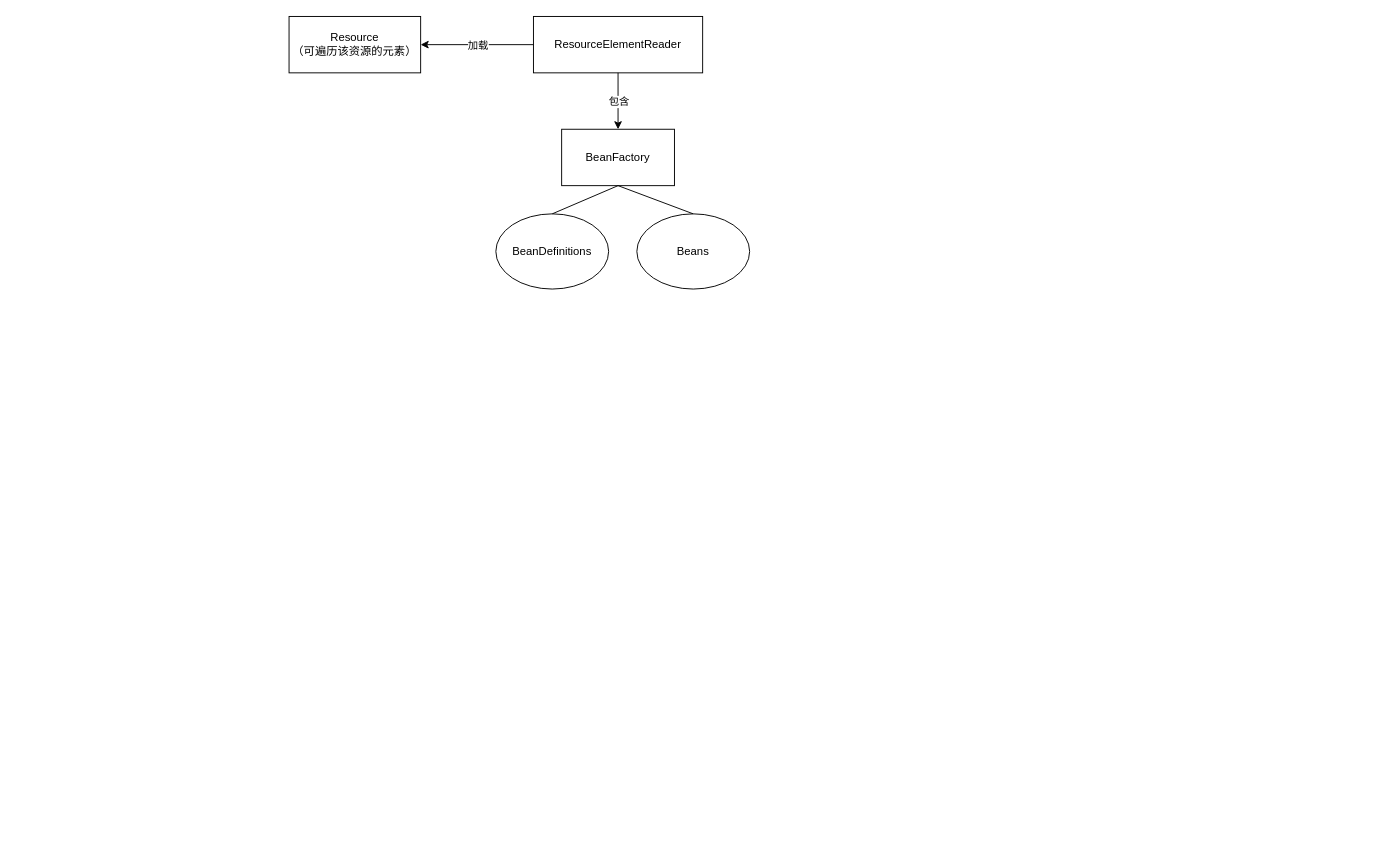
The draw.io diagram minis架构图.drawio in ddoubest/mini-spring, before the edit. Source tidied: cells renumbered, new cells numbered last; positions are measured from the earlier drawing's top-left corner, leaving out a move shared by most shapes. Both pictures are drawn from the tidied source at 94%, with x=0, y=0 at pixel (289, 16).
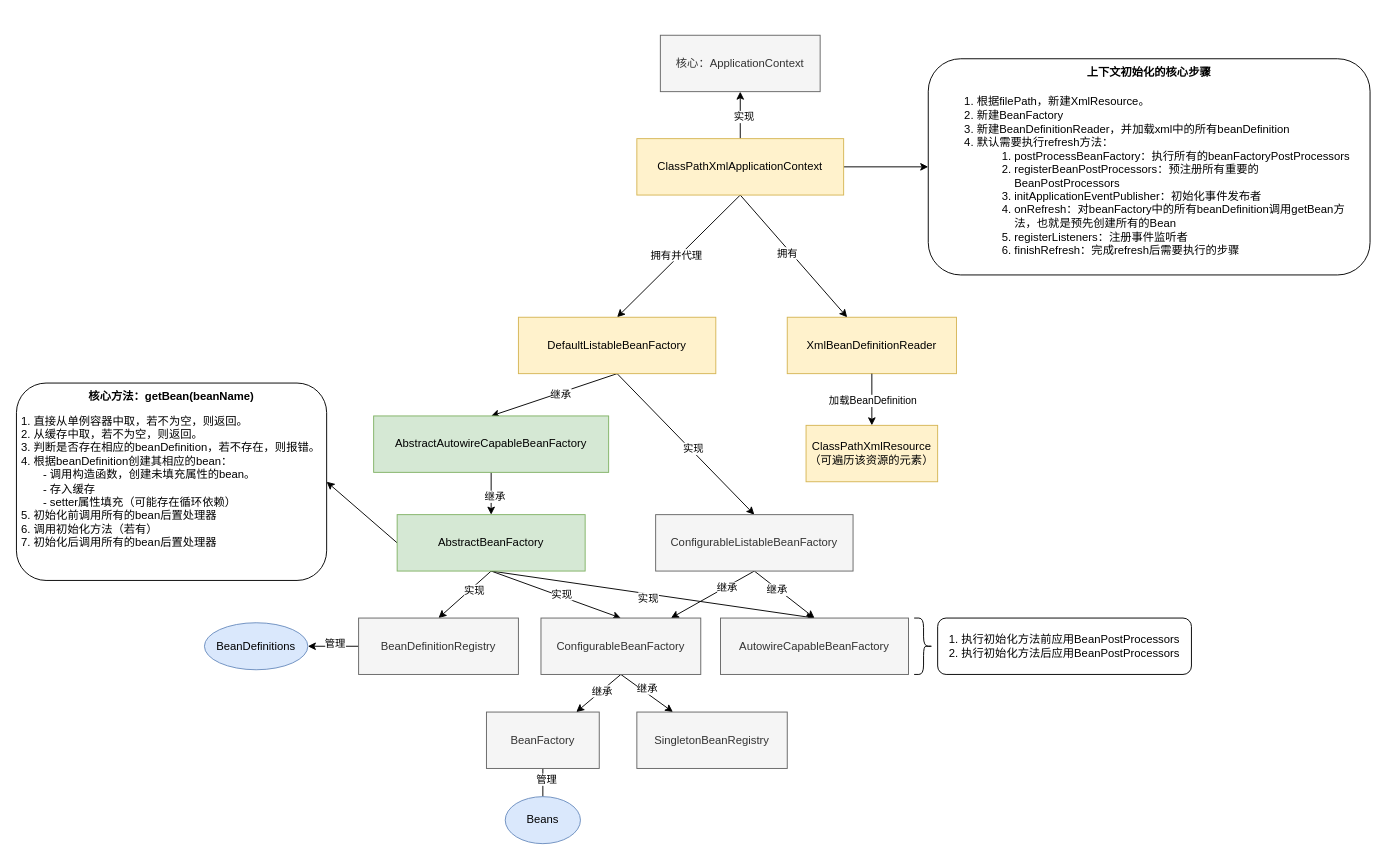
The same diagram, later.

Change to the diagram source:
```diff
@@
+    <mxCell id="13" style="rounded=0;jettySize=auto;html=1;endArrow=none;endFill=0;" parent="1" edge="1" source="2" target="10">
+      <mxGeometry relative="1" as="geometry" />
+    </mxCell>
+    <mxCell id="14" value="管理" style="edgeLabel;html=1;align=center;verticalAlign=middle;" parent="13" vertex="1">
+      <mxGeometry x="-0.25" y="3" relative="1" as="geometry" />
+    </mxCell>
-    <mxCell id="2" value="BeanFactory" style="rounded=0;whiteSpace=wrap;html=1;" parent="1" vertex="1">
-      <mxGeometry x="290" y="120" width="120" height="60" as="geometry" />
+    <mxCell id="2" value="BeanFactory" style="rounded=0;whiteSpace=wrap;html=1;fillColor=#f5f5f5;fontColor=#333333;strokeColor=#666666;" parent="1" vertex="1">
+      <mxGeometry x="210" y="740" width="120" height="60" as="geometry" />
     </mxCell>
-    <mxCell id="3" value="Resource&lt;br&gt;（可遍历该资源的元素）" style="rounded=0;whiteSpace=wrap;html=1;" parent="1" vertex="1">
-      <mxGeometry width="140" height="60" as="geometry" />
+    <mxCell id="3" value="ClassPathXmlResource&lt;br&gt;（可遍历该资源的元素）" style="rounded=0;whiteSpace=wrap;html=1;fillColor=#fff2cc;strokeColor=#d6b656;" parent="1" vertex="1">
+      <mxGeometry x="550" y="435" width="140" height="60" as="geometry" />
     </mxCell>
-    <mxCell id="4" value="ResourceElementReader" style="rounded=0;whiteSpace=wrap;html=1;" parent="1" vertex="1">
-      <mxGeometry x="260" width="180" height="60" as="geometry" />
+    <mxCell id="4" value="XmlBeanDefinitionReader" style="rounded=0;whiteSpace=wrap;html=1;fillColor=#fff2cc;strokeColor=#d6b656;" parent="1" vertex="1">
+      <mxGeometry x="530" y="320" width="180" height="60" as="geometry" />
     </mxCell>
-    <mxCell id="5" style="endArrow=classic;html=1;rounded=0;exitX=0.5;exitY=1;exitDx=0;exitDy=0;entryX=0.5;entryY=0;entryDx=0;entryDy=0;" parent="1" edge="1" source="4" target="2">
-      <mxGeometry relative="1" as="geometry" />
-    </mxCell>
-    <mxCell id="6" value="包含" style="edgeLabel;html=1;align=center;verticalAlign=middle;" parent="5" vertex="1">
-      <mxGeometry relative="1" as="geometry" />
-    </mxCell>
-    <mxCell id="7" style="endArrow=classic;html=1;rounded=0;exitX=0;exitY=0.5;exitDx=0;exitDy=0;entryX=1;entryY=0.5;entryDx=0;entryDy=0;" parent="1" edge="1" source="4" target="3">
+    <mxCell id="7" style="endArrow=classic;html=1;rounded=0;exitX=0.5;exitY=1;exitDx=0;exitDy=0;entryX=0.5;entryY=0;entryDx=0;entryDy=0;" parent="1" edge="1" source="4" target="3">
       <mxGeometry relative="1" as="geometry" />
     </mxCell>
-    <mxCell id="8" value="加载" style="edgeLabel;html=1;align=center;verticalAlign=middle;" parent="7" vertex="1">
+    <mxCell id="8" value="加载BeanDefinition" style="edgeLabel;html=1;align=center;verticalAlign=middle;" parent="7" vertex="1">
       <mxGeometry relative="1" as="geometry" />
     </mxCell>
-    <mxCell id="9" value="BeanDefinitions" style="ellipse;whiteSpace=wrap;html=1;" parent="1" vertex="1">
-      <mxGeometry x="220" y="210" width="120" height="80" as="geometry" />
+    <mxCell id="9" value="BeanDefinitions" style="ellipse;whiteSpace=wrap;html=1;fillColor=#dae8fc;strokeColor=#6c8ebf;" parent="1" vertex="1">
+      <mxGeometry x="-90" y="645" width="110" height="50" as="geometry" />
     </mxCell>
-    <mxCell id="10" value="Beans" style="ellipse;whiteSpace=wrap;html=1;" parent="1" vertex="1">
-      <mxGeometry x="370" y="210" width="120" height="80" as="geometry" />
+    <mxCell id="10" value="Beans" style="ellipse;whiteSpace=wrap;html=1;fillColor=#dae8fc;strokeColor=#6c8ebf;" parent="1" vertex="1">
+      <mxGeometry x="230" y="830" width="80" height="50" as="geometry" />
     </mxCell>
-    <mxCell id="11" style="endArrow=none;html=1;rounded=0;entryX=0.5;entryY=1;entryDx=0;entryDy=0;exitX=0.5;exitY=0;exitDx=0;exitDy=0;" parent="1" edge="1" source="9" target="2">
-      <mxGeometry relative="1" as="geometry" />
-    </mxCell>
-    <mxCell id="12" style="endArrow=none;html=1;rounded=0;entryX=0.5;entryY=1;entryDx=0;entryDy=0;exitX=0.5;exitY=0;exitDx=0;exitDy=0;" parent="1" edge="1" source="10" target="2">
-      <mxGeometry relative="1" as="geometry" />
-    </mxCell>
+    <mxCell id="15" style="edgeStyle=orthogonalEdgeStyle;rounded=0;jettySize=auto;html=1;" parent="1" edge="1" source="22" target="23">
+      <mxGeometry relative="1" as="geometry" />
+    </mxCell>
+    <mxCell id="16" value="实现" style="edgeLabel;html=1;align=center;verticalAlign=middle;" parent="15" vertex="1">
+      <mxGeometry x="-0.05" y="-3" relative="1" as="geometry" />
+    </mxCell>
+    <mxCell id="17" style="rounded=0;jettySize=auto;html=1;exitX=0.5;exitY=1;exitDx=0;exitDy=0;entryX=0.5;entryY=0;entryDx=0;entryDy=0;" parent="1" edge="1" source="22" target="28">
+      <mxGeometry relative="1" as="geometry" />
+    </mxCell>
+    <mxCell id="18" value="拥有并代理" style="edgeLabel;html=1;align=center;verticalAlign=middle;" parent="17" vertex="1">
+      <mxGeometry x="0.01" y="-3" relative="1" as="geometry" />
+    </mxCell>
+    <mxCell id="19" style="rounded=0;jettySize=auto;html=1;exitX=0.5;exitY=1;exitDx=0;exitDy=0;" parent="1" edge="1" source="22" target="4">
+      <mxGeometry relative="1" as="geometry" />
+    </mxCell>
+    <mxCell id="20" value="拥有" style="edgeLabel;html=1;align=center;verticalAlign=middle;" parent="19" vertex="1">
+      <mxGeometry x="-0.08" y="-3" relative="1" as="geometry" />
+    </mxCell>
+    <mxCell id="21" style="edgeStyle=orthogonalEdgeStyle;rounded=0;jettySize=auto;html=1;" parent="1" edge="1" source="22" target="58">
+      <mxGeometry relative="1" as="geometry" />
+    </mxCell>
+    <mxCell id="22" value="ClassPathXmlApplicationContext" style="rounded=0;whiteSpace=wrap;html=1;fillColor=#fff2cc;strokeColor=#d6b656;" parent="1" vertex="1">
+      <mxGeometry x="370" y="130" width="220" height="60" as="geometry" />
+    </mxCell>
+    <mxCell id="23" value="核心：ApplicationContext" style="rounded=0;whiteSpace=wrap;html=1;fillColor=#f5f5f5;strokeColor=#666666;fontColor=#333333;" parent="1" vertex="1">
+      <mxGeometry x="395" y="20" width="170" height="60" as="geometry" />
+    </mxCell>
+    <mxCell id="24" style="rounded=0;jettySize=auto;html=1;entryX=0.5;entryY=0;entryDx=0;entryDy=0;exitX=0.5;exitY=1;exitDx=0;exitDy=0;" parent="1" edge="1" source="28" target="36">
+      <mxGeometry relative="1" as="geometry" />
+    </mxCell>
+    <mxCell id="25" value="继承" style="edgeLabel;html=1;align=center;verticalAlign=middle;" parent="24" vertex="1">
+      <mxGeometry x="-0.1" y="1" relative="1" as="geometry" />
+    </mxCell>
+    <mxCell id="26" style="rounded=0;jettySize=auto;html=1;entryX=0.5;entryY=0;entryDx=0;entryDy=0;exitX=0.5;exitY=1;exitDx=0;exitDy=0;" parent="1" edge="1" source="28" target="33">
+      <mxGeometry relative="1" as="geometry" />
+    </mxCell>
+    <mxCell id="27" value="实现" style="edgeLabel;html=1;align=center;verticalAlign=middle;" parent="26" vertex="1">
+      <mxGeometry x="0.08" y="2" relative="1" as="geometry" />
+    </mxCell>
+    <mxCell id="28" value="DefaultListableBeanFactory" style="rounded=0;whiteSpace=wrap;html=1;fillColor=#fff2cc;strokeColor=#d6b656;" parent="1" vertex="1">
+      <mxGeometry x="244" y="320" width="210" height="60" as="geometry" />
+    </mxCell>
+    <mxCell id="29" style="rounded=0;jettySize=auto;html=1;exitX=0.5;exitY=1;exitDx=0;exitDy=0;" parent="1" edge="1" source="33" target="50">
+      <mxGeometry relative="1" as="geometry" />
+    </mxCell>
+    <mxCell id="30" value="继承" style="edgeLabel;html=1;align=center;verticalAlign=middle;" parent="29" vertex="1">
+      <mxGeometry x="-0.33" y="1" relative="1" as="geometry" />
+    </mxCell>
+    <mxCell id="31" style="rounded=0;jettySize=auto;html=1;exitX=0.5;exitY=1;exitDx=0;exitDy=0;entryX=0.5;entryY=0;entryDx=0;entryDy=0;" parent="1" edge="1" source="33" target="45">
+      <mxGeometry relative="1" as="geometry" />
+    </mxCell>
+    <mxCell id="32" value="继承" style="edgeLabel;html=1;align=center;verticalAlign=middle;" parent="31" vertex="1">
+      <mxGeometry x="-0.26" y="-1" relative="1" as="geometry" />
+    </mxCell>
+    <mxCell id="33" value="ConfigurableListableBeanFactory" style="whiteSpace=wrap;html=1;fillColor=#f5f5f5;fontColor=#333333;strokeColor=#666666;" parent="1" vertex="1">
+      <mxGeometry x="390" y="530" width="210" height="60" as="geometry" />
+    </mxCell>
+    <mxCell id="34" style="rounded=0;jettySize=auto;html=1;" parent="1" edge="1" source="36" target="44">
+      <mxGeometry relative="1" as="geometry" />
+    </mxCell>
+    <mxCell id="35" value="继承" style="edgeLabel;html=1;align=center;verticalAlign=middle;" parent="34" vertex="1">
+      <mxGeometry x="0.09" y="3" relative="1" as="geometry" />
+    </mxCell>
+    <mxCell id="36" value="AbstractAutowireCapableBeanFactory" style="rounded=0;whiteSpace=wrap;html=1;fillColor=#d5e8d4;strokeColor=#82b366;" parent="1" vertex="1">
+      <mxGeometry x="90" y="425" width="250" height="60" as="geometry" />
+    </mxCell>
+    <mxCell id="37" style="rounded=0;jettySize=auto;html=1;entryX=0.5;entryY=0;entryDx=0;entryDy=0;exitX=0.5;exitY=1;exitDx=0;exitDy=0;" parent="1" edge="1" source="44" target="50">
+      <mxGeometry relative="1" as="geometry" />
+    </mxCell>
+    <mxCell id="38" value="实现" style="edgeLabel;html=1;align=center;verticalAlign=middle;" parent="37" vertex="1">
+      <mxGeometry x="0.06" y="2" relative="1" as="geometry" />
+    </mxCell>
+    <mxCell id="39" style="rounded=0;jettySize=auto;html=1;entryX=0.5;entryY=0;entryDx=0;entryDy=0;exitX=0.5;exitY=1;exitDx=0;exitDy=0;" parent="1" edge="1" source="44" target="53">
+      <mxGeometry relative="1" as="geometry" />
+    </mxCell>
+    <mxCell id="40" value="实现" style="edgeLabel;html=1;align=center;verticalAlign=middle;" parent="39" vertex="1">
+      <mxGeometry x="-0.29" y="3" relative="1" as="geometry" />
+    </mxCell>
+    <mxCell id="41" style="rounded=0;jettySize=auto;html=1;entryX=0.5;entryY=0;entryDx=0;entryDy=0;exitX=0.5;exitY=1;exitDx=0;exitDy=0;" parent="1" edge="1" source="44" target="45">
+      <mxGeometry relative="1" as="geometry" />
+    </mxCell>
+    <mxCell id="42" value="实现" style="edgeLabel;html=1;align=center;verticalAlign=middle;" parent="41" vertex="1">
+      <mxGeometry x="-0.03" y="-4" relative="1" as="geometry" />
+    </mxCell>
+    <mxCell id="43" style="rounded=0;jettySize=auto;html=1;entryX=1;entryY=0.5;entryDx=0;entryDy=0;exitX=0;exitY=0.5;exitDx=0;exitDy=0;" parent="1" edge="1" source="44" target="62">
+      <mxGeometry relative="1" as="geometry" />
+    </mxCell>
+    <mxCell id="44" value="AbstractBeanFactory" style="whiteSpace=wrap;html=1;fillColor=#d5e8d4;strokeColor=#82b366;" parent="1" vertex="1">
+      <mxGeometry x="115" y="530" width="200" height="60" as="geometry" />
+    </mxCell>
+    <mxCell id="45" value="AutowireCapableBeanFactory" style="whiteSpace=wrap;html=1;fillColor=#f5f5f5;fontColor=#333333;strokeColor=#666666;" parent="1" vertex="1">
+      <mxGeometry x="459" y="640" width="200" height="60" as="geometry" />
+    </mxCell>
+    <mxCell id="46" style="rounded=0;jettySize=auto;html=1;exitX=0.5;exitY=1;exitDx=0;exitDy=0;" parent="1" edge="1" source="50" target="2">
+      <mxGeometry relative="1" as="geometry" />
+    </mxCell>
+    <mxCell id="47" value="继承" style="edgeLabel;html=1;align=center;verticalAlign=middle;" parent="46" vertex="1">
+      <mxGeometry x="-0.12" relative="1" as="geometry" />
+    </mxCell>
+    <mxCell id="48" style="rounded=0;jettySize=auto;html=1;exitX=0.5;exitY=1;exitDx=0;exitDy=0;" parent="1" edge="1" source="50" target="54">
+      <mxGeometry relative="1" as="geometry" />
+    </mxCell>
+    <mxCell id="49" value="继承" style="edgeLabel;html=1;align=center;verticalAlign=middle;" parent="48" vertex="1">
+      <mxGeometry x="-0.08" y="4" relative="1" as="geometry" />
+    </mxCell>
+    <mxCell id="50" value="ConfigurableBeanFactory" style="whiteSpace=wrap;html=1;fillColor=#f5f5f5;fontColor=#333333;strokeColor=#666666;" parent="1" vertex="1">
+      <mxGeometry x="268" y="640" width="170" height="60" as="geometry" />
+    </mxCell>
+    <mxCell id="51" style="edgeStyle=orthogonalEdgeStyle;rounded=0;jettySize=auto;html=1;exitX=0;exitY=0.5;exitDx=0;exitDy=0;entryX=1;entryY=0.5;entryDx=0;entryDy=0;" parent="1" edge="1" source="53" target="9">
+      <mxGeometry relative="1" as="geometry" />
+    </mxCell>
+    <mxCell id="52" value="管理" style="edgeLabel;html=1;align=center;verticalAlign=middle;" parent="51" vertex="1">
+      <mxGeometry x="-0.02" y="-4" relative="1" as="geometry" />
+    </mxCell>
+    <mxCell id="53" value="BeanDefinitionRegistry" style="whiteSpace=wrap;html=1;fillColor=#f5f5f5;fontColor=#333333;strokeColor=#666666;" parent="1" vertex="1">
+      <mxGeometry x="74" y="640" width="170" height="60" as="geometry" />
+    </mxCell>
+    <mxCell id="54" value="SingletonBeanRegistry" style="whiteSpace=wrap;html=1;fillColor=#f5f5f5;fontColor=#333333;strokeColor=#666666;" parent="1" vertex="1">
+      <mxGeometry x="370" y="740" width="160" height="60" as="geometry" />
+    </mxCell>
+    <mxCell id="55" style="shape=curlyBracket;whiteSpace=wrap;html=1;rounded=1;flipH=1;labelPosition=right;verticalLabelPosition=middle;align=left;verticalAlign=middle;" parent="1" vertex="1">
+      <mxGeometry x="665" y="640" width="20" height="60" as="geometry" />
+    </mxCell>
+    <mxCell id="56" value="1. 执行初始化方法前应用BeanPostProcessors&lt;br&gt;2. 执行初始化方法后应用BeanPostProcessors" style="rounded=1;whiteSpace=wrap;html=1;" parent="1" vertex="1">
+      <mxGeometry x="690" y="640" width="270" height="60" as="geometry" />
+    </mxCell>
+    <mxCell id="57" style="group;fontStyle=1;" parent="1" vertex="1">
+      <mxGeometry x="680" y="45" width="470" height="230" as="geometry" />
+    </mxCell>
+    <mxCell id="58" style="rounded=1;whiteSpace=wrap;html=1;" parent="57" vertex="1">
+      <mxGeometry width="470" height="230" as="geometry" />
+    </mxCell>
+    <mxCell id="59" value="&lt;b&gt;上下文初始化的核心步骤&lt;/b&gt;" style="text;html=1;strokeColor=none;fillColor=none;align=center;verticalAlign=middle;whiteSpace=wrap;rounded=0;" parent="57" vertex="1">
+      <mxGeometry x="165" width="140" height="30" as="geometry" />
+    </mxCell>
+    <mxCell id="60" value="&lt;ol&gt;&lt;li&gt;根据filePath，新建XmlResource。&lt;/li&gt;&lt;li&gt;新建BeanFactory&lt;/li&gt;&lt;li&gt;新建BeanDefinitionReader，并加载xml中的所有beanDefinition&lt;/li&gt;&lt;li&gt;默认需要执行refresh方法：&lt;/li&gt;&lt;ol&gt;&lt;li&gt;postProcessBeanFactory：执行所有的beanFactoryPostProcessors&lt;br&gt;&lt;/li&gt;&lt;li&gt;registerBeanPostProcessors：预注册所有重要的BeanPostProcessors&lt;br&gt;&lt;/li&gt;&lt;li&gt;initApplicationEventPublisher：初始化事件发布者&lt;br&gt;&lt;/li&gt;&lt;li&gt;onRefresh：对beanFactory中的所有beanDefinition调用getBean方法，也就是预先创建所有的Bean&lt;br&gt;&lt;/li&gt;&lt;li&gt;registerListeners：注册事件监听者&lt;br&gt;&lt;/li&gt;&lt;li&gt;finishRefresh：完成refresh后需要执行的步骤&lt;br&gt;&lt;/li&gt;&lt;/ol&gt;&lt;/ol&gt;" style="text;html=1;strokeColor=none;fillColor=none;align=left;verticalAlign=middle;whiteSpace=wrap;rounded=0;" parent="57" vertex="1">
+      <mxGeometry x="10" y="30" width="450" height="190" as="geometry" />
+    </mxCell>
+    <mxCell id="61" style="group;" parent="1" vertex="1">
+      <mxGeometry x="-290" y="390" width="330" height="210" as="geometry" />
+    </mxCell>
+    <mxCell id="62" value="&amp;nbsp;1. 直接从单例容器中取，若不为空，则返回。&lt;br&gt;&amp;nbsp;2. 从缓存中取，若不为空，则返回。&lt;br&gt;&amp;nbsp;3. 判断是否存在相应的beanDefinition，若不存在，则报错。&lt;br&gt;&amp;nbsp;4. 根据beanDefinition创建其相应的bean：&lt;br&gt;&lt;span style=&quot;&quot;&gt;&lt;span style=&quot;white-space: pre;&quot;&gt;&amp;nbsp;&amp;nbsp;&amp;nbsp;&amp;nbsp;&lt;span style=&quot;white-space: pre;&quot;&gt;&#9;&lt;/span&gt;&lt;/span&gt;&lt;/span&gt;- 调用构造函数，创建未填充属性的bean。&lt;br&gt;&lt;span style=&quot;&quot;&gt;&lt;span style=&quot;&quot;&gt;&amp;nbsp;&amp;nbsp;&amp;nbsp;&amp;nbsp;&lt;span style=&quot;&quot;&gt;&lt;span style=&quot;white-space: pre;&quot;&gt;&amp;nbsp;&amp;nbsp;&amp;nbsp;&amp;nbsp;&lt;/span&gt;&lt;/span&gt;&lt;/span&gt;&lt;/span&gt;- 存入缓存&lt;br&gt;&lt;span style=&quot;&quot;&gt;&lt;span style=&quot;&quot;&gt;&amp;nbsp;&amp;nbsp;&amp;nbsp;&amp;nbsp;&lt;span style=&quot;&quot;&gt;&lt;span style=&quot;white-space: pre;&quot;&gt;&amp;nbsp;&amp;nbsp;&amp;nbsp;&amp;nbsp;&lt;/span&gt;&lt;/span&gt;&lt;/span&gt;&lt;/span&gt;- setter属性填充（可能存在循环依赖）&lt;br&gt;&amp;nbsp;5. 初始化前调用所有的bean后置处理器&lt;br&gt;&amp;nbsp;6. 调用初始化方法（若有）&lt;br&gt;&amp;nbsp;7. 初始化后调用所有的bean后置处理器&lt;br&gt;" style="rounded=1;whiteSpace=wrap;html=1;align=left;" parent="61" vertex="1">
+      <mxGeometry width="330" height="210" as="geometry" />
+    </mxCell>
+    <mxCell id="63" value="核心方法：getBean(beanName)" style="text;html=1;strokeColor=none;fillColor=none;align=center;verticalAlign=middle;whiteSpace=wrap;rounded=0;fontStyle=1;" parent="61" vertex="1">
+      <mxGeometry x="70" width="190" height="30" as="geometry" />
+    </mxCell>
```
